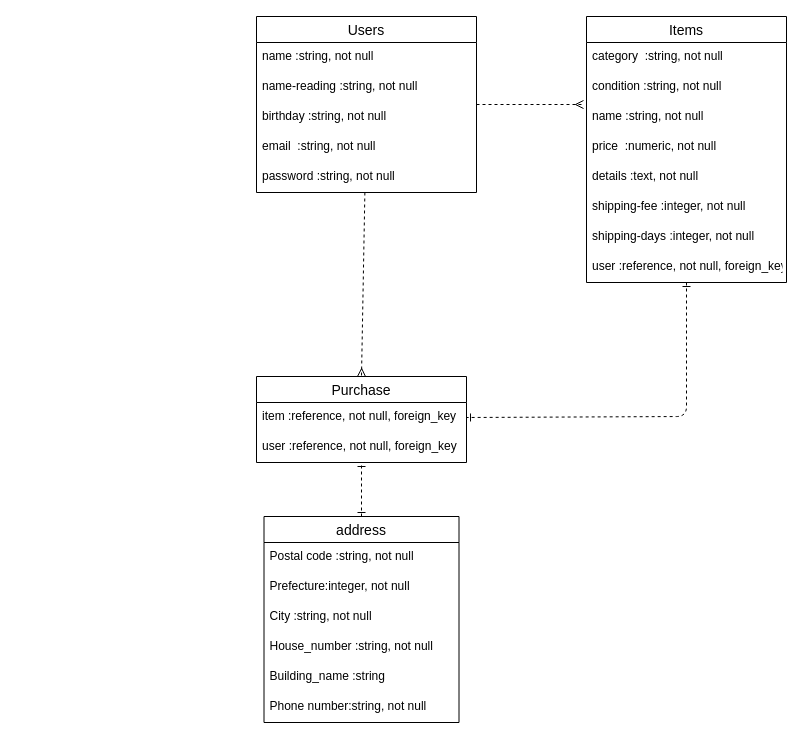
Before: furima-ER.dio in Yusuccess/furima-39103, a draw.io diagram. Source tidied: cells renumbered, new cells numbered last; positions are measured from the earlier drawing's top-left corner, leaving out a move shared by most shapes. Both pictures are drawn from the tidied source at 100%, with x=0, y=0 at pixel (256, 16).
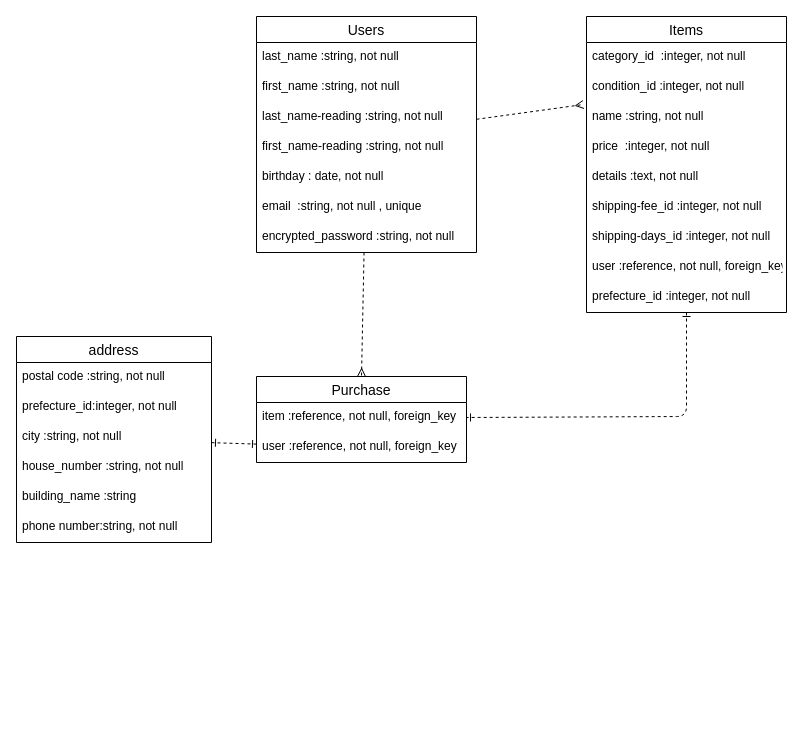
The same diagram, later.

Commit message (it also covers changes not shown here):
データベース設計_コードレビュー_2

What changed in the source:
```diff
@@
     <mxCell id="4" value="Users" style="swimlane;fontStyle=0;horizontal=1;startSize=26;align=center;fontSize=14;" parent="1" vertex="1">
-      <mxGeometry width="220" height="176" as="geometry" />
+      <mxGeometry width="220" height="236" as="geometry" />
     </mxCell>
-    <mxCell id="5" value="name :string, not null" style="text;strokeColor=none;fillColor=none;spacingLeft=4;spacingRight=4;overflow=hidden;fontSize=12;" parent="4" vertex="1">
+    <mxCell id="5" value="last_name :string, not null" style="text;strokeColor=none;fillColor=none;spacingLeft=4;spacingRight=4;overflow=hidden;fontSize=12;" parent="4" vertex="1">
       <mxGeometry y="26" width="220" height="30" as="geometry" />
     </mxCell>
+    <mxCell id="31" value="first_name :string, not null" style="text;strokeColor=none;fillColor=none;spacingLeft=4;spacingRight=4;overflow=hidden;fontSize=12;" parent="4" vertex="1">
+      <mxGeometry y="56" width="220" height="30" as="geometry" />
+    </mxCell>
-    <mxCell id="6" value="name-reading :string, not null" style="text;strokeColor=none;fillColor=none;spacingLeft=4;spacingRight=4;overflow=hidden;fontSize=12;" parent="4" vertex="1">
-      <mxGeometry y="56" width="220" height="30" as="geometry" />
+    <mxCell id="6" value="last_name-reading :string, not null" style="text;strokeColor=none;fillColor=none;spacingLeft=4;spacingRight=4;overflow=hidden;fontSize=12;" parent="4" vertex="1">
+      <mxGeometry y="86" width="220" height="30" as="geometry" />
     </mxCell>
+    <mxCell id="32" value="first_name-reading :string, not null" style="text;strokeColor=none;fillColor=none;spacingLeft=4;spacingRight=4;overflow=hidden;fontSize=12;" parent="4" vertex="1">
+      <mxGeometry y="116" width="220" height="30" as="geometry" />
+    </mxCell>
-    <mxCell id="7" value="birthday :string, not null" style="text;strokeColor=none;fillColor=none;spacingLeft=4;spacingRight=4;overflow=hidden;fontSize=12;" parent="4" vertex="1">
-      <mxGeometry y="86" width="220" height="30" as="geometry" />
+    <mxCell id="7" value="birthday : date, not null" style="text;strokeColor=none;fillColor=none;spacingLeft=4;spacingRight=4;overflow=hidden;fontSize=12;" parent="4" vertex="1">
+      <mxGeometry y="146" width="220" height="30" as="geometry" />
     </mxCell>
-    <mxCell id="8" value="email  :string, not null " style="text;strokeColor=none;fillColor=none;spacingLeft=4;spacingRight=4;overflow=hidden;fontSize=12;" parent="4" vertex="1">
-      <mxGeometry y="116" width="220" height="30" as="geometry" />
+    <mxCell id="8" value="email  :string, not null , unique" style="text;strokeColor=none;fillColor=none;spacingLeft=4;spacingRight=4;overflow=hidden;fontSize=12;" parent="4" vertex="1">
+      <mxGeometry y="176" width="220" height="30" as="geometry" />
     </mxCell>
-    <mxCell id="9" value="password :string, not null" style="text;strokeColor=none;fillColor=none;spacingLeft=4;spacingRight=4;overflow=hidden;fontSize=12;" parent="4" vertex="1">
-      <mxGeometry y="146" width="220" height="30" as="geometry" />
+    <mxCell id="9" value="encrypted_password :string, not null" style="text;strokeColor=none;fillColor=none;spacingLeft=4;spacingRight=4;overflow=hidden;fontSize=12;" parent="4" vertex="1">
+      <mxGeometry y="206" width="220" height="30" as="geometry" />
     </mxCell>
@@
     <mxCell id="11" value="Items" style="swimlane;fontStyle=0;horizontal=1;startSize=26;align=center;fontSize=14;" parent="1" vertex="1">
-      <mxGeometry x="330" width="200" height="266" as="geometry" />
+      <mxGeometry x="330" width="200" height="296" as="geometry" />
     </mxCell>
-    <mxCell id="12" value="category  :string, not null" style="text;strokeColor=none;fillColor=none;spacingLeft=4;spacingRight=4;overflow=hidden;fontSize=12;" parent="11" vertex="1">
+    <mxCell id="12" value="category_id  :integer, not null" style="text;strokeColor=none;fillColor=none;spacingLeft=4;spacingRight=4;overflow=hidden;fontSize=12;" parent="11" vertex="1">
       <mxGeometry y="26" width="200" height="30" as="geometry" />
     </mxCell>
-    <mxCell id="13" value="condition :string, not null" style="text;strokeColor=none;fillColor=none;spacingLeft=4;spacingRight=4;overflow=hidden;points=[[0,0.5],[1,0.5]];portConstraint=eastwest;fontSize=12;" parent="11" vertex="1">
+    <mxCell id="13" value="condition_id :integer, not null" style="text;strokeColor=none;fillColor=none;spacingLeft=4;spacingRight=4;overflow=hidden;points=[[0,0.5],[1,0.5]];portConstraint=eastwest;fontSize=12;" parent="11" vertex="1">
       <mxGeometry y="56" width="200" height="30" as="geometry" />
     </mxCell>
@@
-    <mxCell id="15" value="price  :numeric, not null" style="text;strokeColor=none;fillColor=none;spacingLeft=4;spacingRight=4;overflow=hidden;fontSize=12;" parent="11" vertex="1">
+    <mxCell id="15" value="price  :integer, not null" style="text;strokeColor=none;fillColor=none;spacingLeft=4;spacingRight=4;overflow=hidden;fontSize=12;" parent="11" vertex="1">
       <mxGeometry y="116" width="200" height="30" as="geometry" />
     </mxCell>
@@
-    <mxCell id="17" value="shipping-fee :integer, not null" style="text;strokeColor=none;fillColor=none;spacingLeft=4;spacingRight=4;overflow=hidden;fontSize=12;" parent="11" vertex="1">
+    <mxCell id="17" value="shipping-fee_id :integer, not null" style="text;strokeColor=none;fillColor=none;spacingLeft=4;spacingRight=4;overflow=hidden;fontSize=12;" parent="11" vertex="1">
       <mxGeometry y="176" width="200" height="30" as="geometry" />
     </mxCell>
-    <mxCell id="18" value="shipping-days :integer, not null" style="text;strokeColor=none;fillColor=none;spacingLeft=4;spacingRight=4;overflow=hidden;fontSize=12;" parent="11" vertex="1">
+    <mxCell id="18" value="shipping-days_id :integer, not null" style="text;strokeColor=none;fillColor=none;spacingLeft=4;spacingRight=4;overflow=hidden;fontSize=12;" parent="11" vertex="1">
       <mxGeometry y="206" width="200" height="30" as="geometry" />
     </mxCell>
@@
+    <mxCell id="33" value="prefecture_id :integer, not null" style="text;strokeColor=none;fillColor=none;spacingLeft=4;spacingRight=4;overflow=hidden;fontSize=12;" parent="11" vertex="1">
+      <mxGeometry y="266" width="200" height="30" as="geometry" />
+    </mxCell>
@@
     <mxCell id="24" value="address" style="swimlane;fontStyle=0;horizontal=1;startSize=26;align=center;fontSize=14;" parent="1" vertex="1">
-      <mxGeometry x="7.5" y="500" width="195" height="206" as="geometry" />
+      <mxGeometry x="-240" y="320" width="195" height="206" as="geometry" />
     </mxCell>
-    <mxCell id="25" value="Postal code :string, not null" style="text;strokeColor=none;fillColor=none;spacingLeft=4;spacingRight=4;overflow=hidden;fontSize=12;" parent="24" vertex="1">
+    <mxCell id="25" value="postal code :string, not null" style="text;strokeColor=none;fillColor=none;spacingLeft=4;spacingRight=4;overflow=hidden;fontSize=12;" parent="24" vertex="1">
       <mxGeometry y="26" width="195" height="30" as="geometry" />
     </mxCell>
-    <mxCell id="26" value="Prefecture:integer, not null" style="text;strokeColor=none;fillColor=none;spacingLeft=4;spacingRight=4;overflow=hidden;fontSize=12;" parent="24" vertex="1">
+    <mxCell id="26" value="prefecture_id:integer, not null" style="text;strokeColor=none;fillColor=none;spacingLeft=4;spacingRight=4;overflow=hidden;fontSize=12;" parent="24" vertex="1">
       <mxGeometry y="56" width="195" height="30" as="geometry" />
     </mxCell>
-    <mxCell id="27" value="City :string, not null" style="text;strokeColor=none;fillColor=none;spacingLeft=4;spacingRight=4;overflow=hidden;fontSize=12;" parent="24" vertex="1">
+    <mxCell id="27" value="city :string, not null" style="text;strokeColor=none;fillColor=none;spacingLeft=4;spacingRight=4;overflow=hidden;fontSize=12;" parent="24" vertex="1">
       <mxGeometry y="86" width="195" height="30" as="geometry" />
     </mxCell>
-    <mxCell id="28" value="House_number :string, not null" style="text;strokeColor=none;fillColor=none;spacingLeft=4;spacingRight=4;overflow=hidden;fontSize=12;" parent="24" vertex="1">
+    <mxCell id="28" value="house_number :string, not null" style="text;strokeColor=none;fillColor=none;spacingLeft=4;spacingRight=4;overflow=hidden;fontSize=12;" parent="24" vertex="1">
       <mxGeometry y="116" width="195" height="30" as="geometry" />
     </mxCell>
-    <mxCell id="29" value="Building_name :string" style="text;strokeColor=none;fillColor=none;spacingLeft=4;spacingRight=4;overflow=hidden;fontSize=12;" parent="24" vertex="1">
+    <mxCell id="29" value="building_name :string" style="text;strokeColor=none;fillColor=none;spacingLeft=4;spacingRight=4;overflow=hidden;fontSize=12;" parent="24" vertex="1">
       <mxGeometry y="146" width="195" height="30" as="geometry" />
     </mxCell>
-    <mxCell id="30" value="Phone number:string, not null" style="text;strokeColor=none;fillColor=none;spacingLeft=4;spacingRight=4;overflow=hidden;fontSize=12;" parent="24" vertex="1">
+    <mxCell id="30" value="phone number:string, not null" style="text;strokeColor=none;fillColor=none;spacingLeft=4;spacingRight=4;overflow=hidden;fontSize=12;" parent="24" vertex="1">
       <mxGeometry y="176" width="195" height="30" as="geometry" />
     </mxCell>
```
